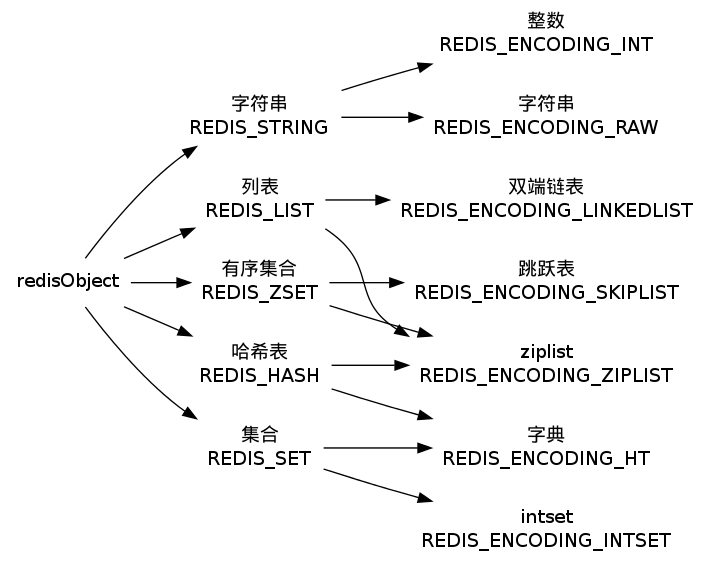
Before: datatype/image/datatype.png, a diagram exported from Graphviz (huangzworks/redisbook). Its source is kept beside it as datatype/image/datatype.dot.
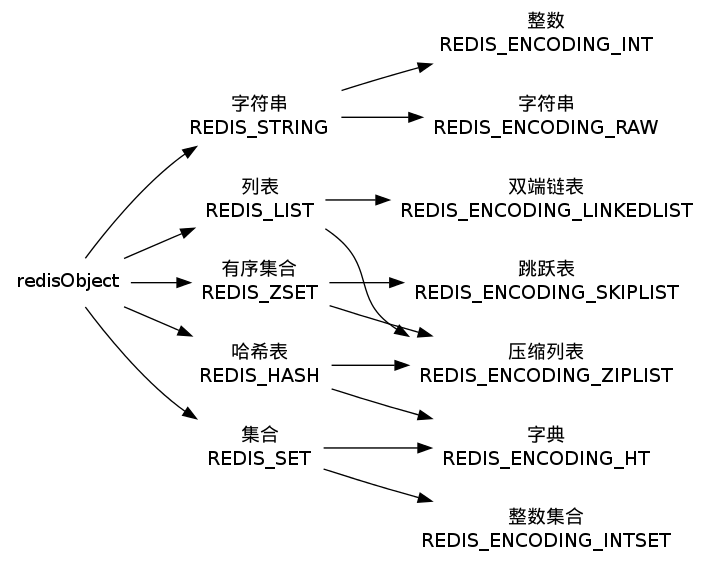
After the commit.

What changed in the source:
```diff
@@ -19,8 +19,8 @@
     REDIS_ENCODING_INT [label="整数\nREDIS_ENCODING_INT"];
     REDIS_ENCODING_HT [label="字典\nREDIS_ENCODING_HT"];
     REDIS_ENCODING_LINKEDLIST [label="双端链表\nREDIS_ENCODING_LINKEDLIST"];
-    REDIS_ENCODING_ZIPLIST [label="ziplist\nREDIS_ENCODING_ZIPLIST"];
-    REDIS_ENCODING_INTSET [label="intset\nREDIS_ENCODING_INTSET"];
+    REDIS_ENCODING_ZIPLIST [label="压缩列表\nREDIS_ENCODING_ZIPLIST"];
+    REDIS_ENCODING_INTSET [label="整数集合\nREDIS_ENCODING_INTSET"];
     REDIS_ENCODING_SKIPLIST [label="跳跃表\nREDIS_ENCODING_SKIPLIST"];
 
 
```
